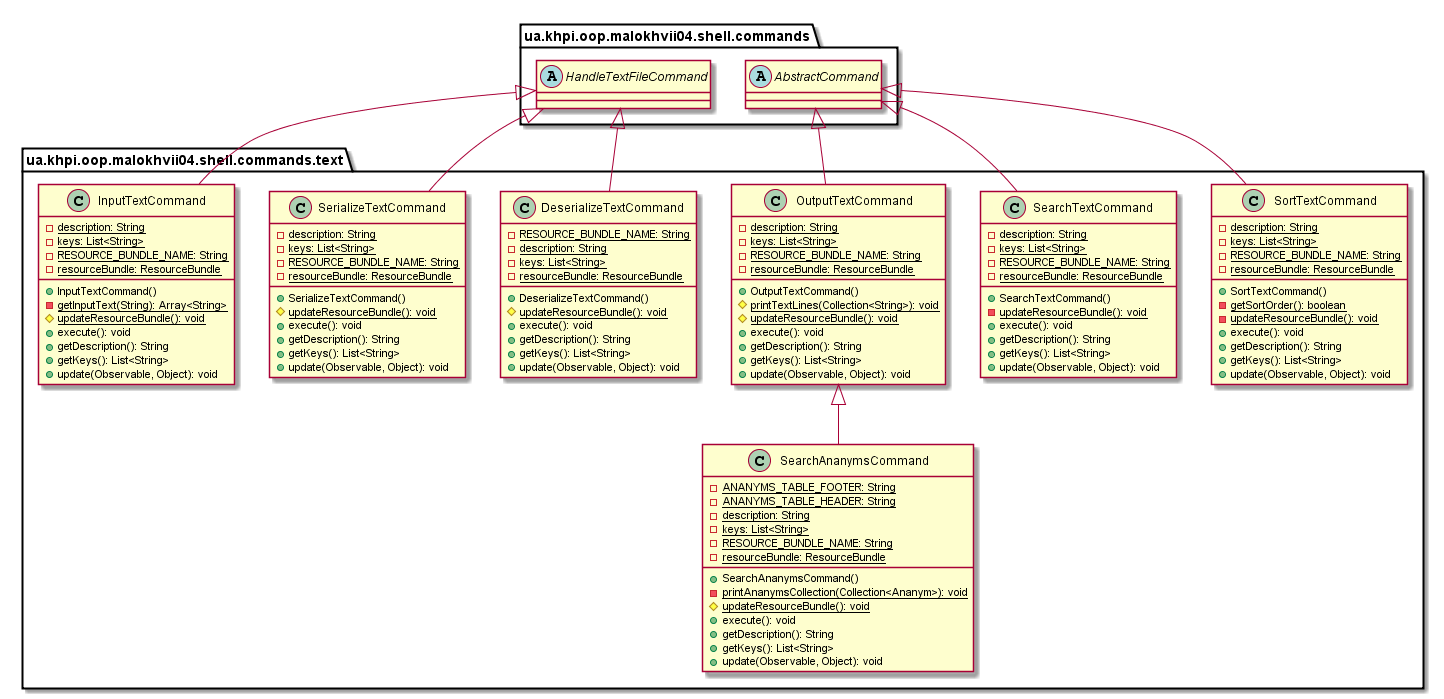
Before: malokhvii-eduard/malokhvii04/doc/plantuml/png/ua.khpi.oop.malokhvii04.shell.commands.text.package.png, a diagram exported from PlantUML (P-Kalin/kit26a).
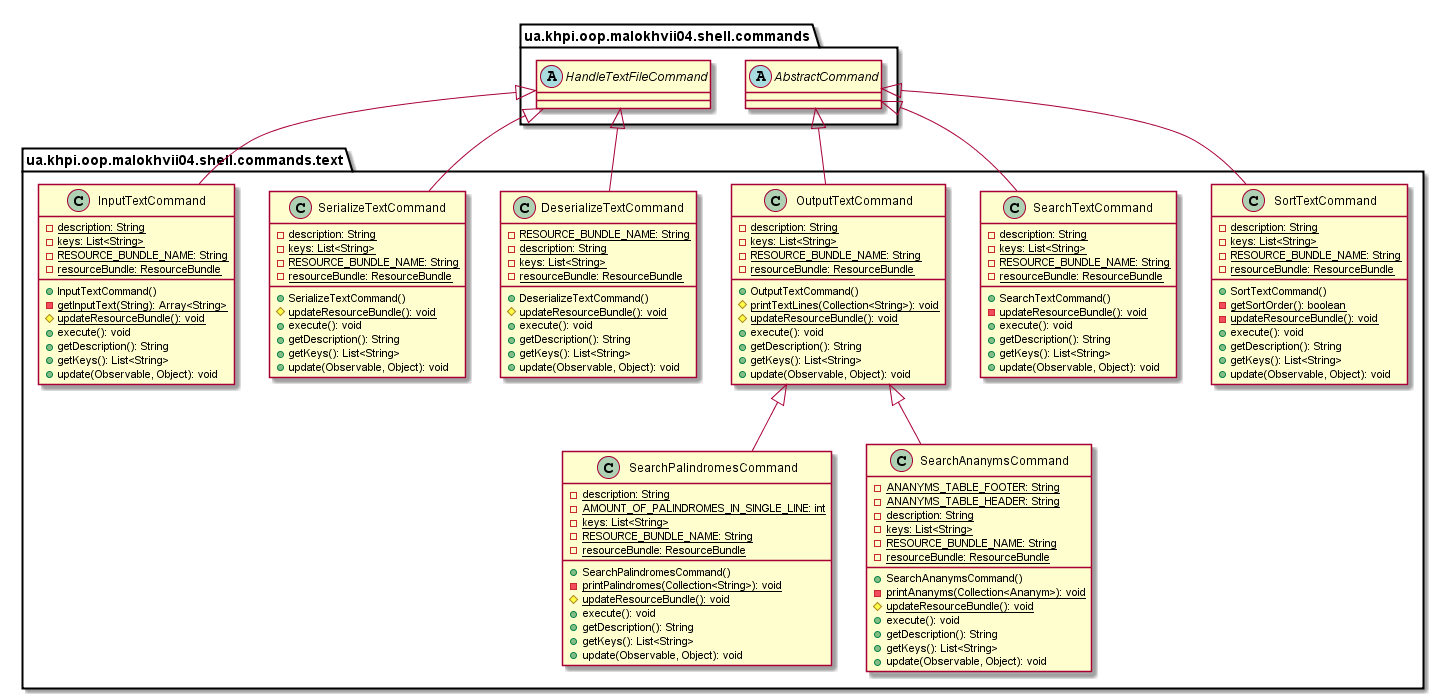
The same diagram one commit later.

The edit, as a diff of the source:
```diff
@@ -42,6 +42,21 @@
             +update(Observable, Object): void
         }
 
+        class SearchPalindromesCommand {
+            {static} -description: String
+            {static} -AMOUNT_OF_PALINDROMES_IN_SINGLE_LINE: int
+            {static} -keys: List<String>
+            {static} -RESOURCE_BUNDLE_NAME: String
+            {static} -resourceBundle: ResourceBundle
+            +SearchPalindromesCommand()
+            {static} -printPalindromes(Collection<String>): void
+            {static} #updateResourceBundle(): void
+            +execute(): void
+            +getDescription(): String
+            +getKeys(): List<String>
+            +update(Observable, Object): void
+        }
+
         class SearchAnanymsCommand {
             {static} -ANANYMS_TABLE_FOOTER: String
             {static} -ANANYMS_TABLE_HEADER: String
@@ -50,7 +65,7 @@
             {static} -RESOURCE_BUNDLE_NAME: String
             {static} -resourceBundle: ResourceBundle
             +SearchAnanymsCommand()
-            {static} -printAnanymsCollection(Collection<Ananym>): void
+            {static} -printAnanyms(Collection<Ananym>): void
             {static} #updateResourceBundle(): void
             +execute(): void
             +getDescription(): String
@@ -107,6 +122,8 @@
 
         ua.khpi.oop.malokhvii04.shell.commands.AbstractCommand <|-- SearchTextCommand
 
+        OutputTextCommand <|-- SearchPalindromesCommand
+
         OutputTextCommand <|-- SearchAnanymsCommand
 
         ua.khpi.oop.malokhvii04.shell.commands.AbstractCommand <|-- OutputTextCommand
```
